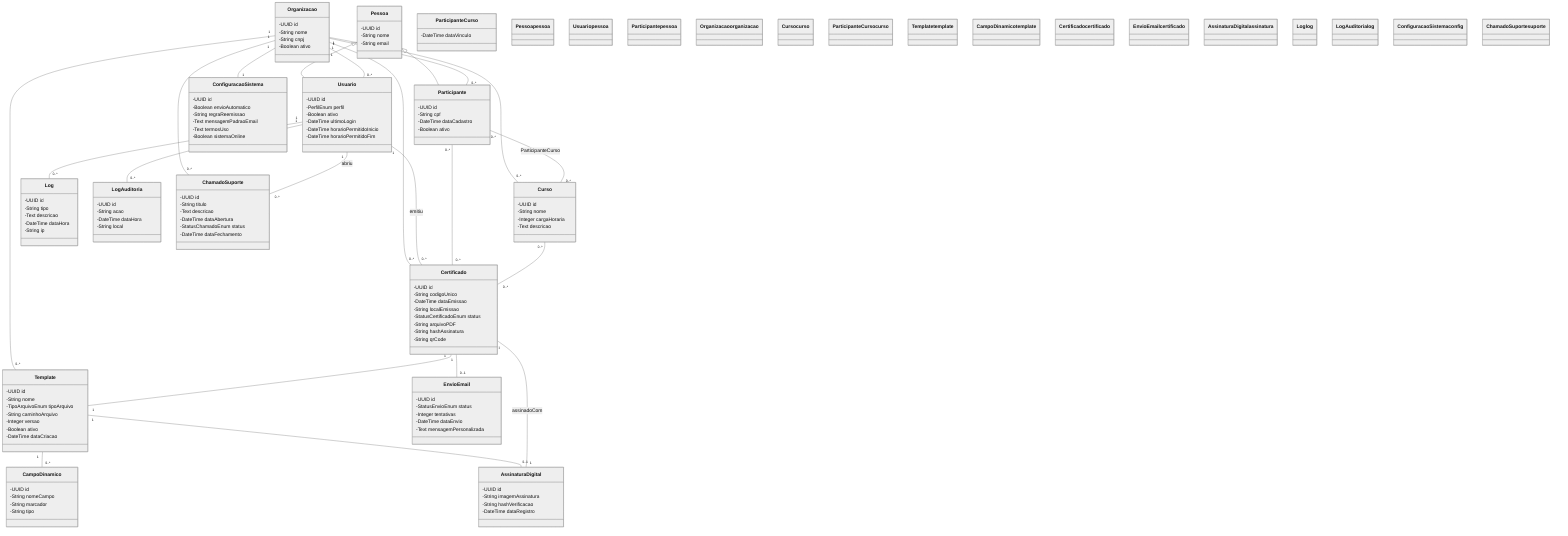
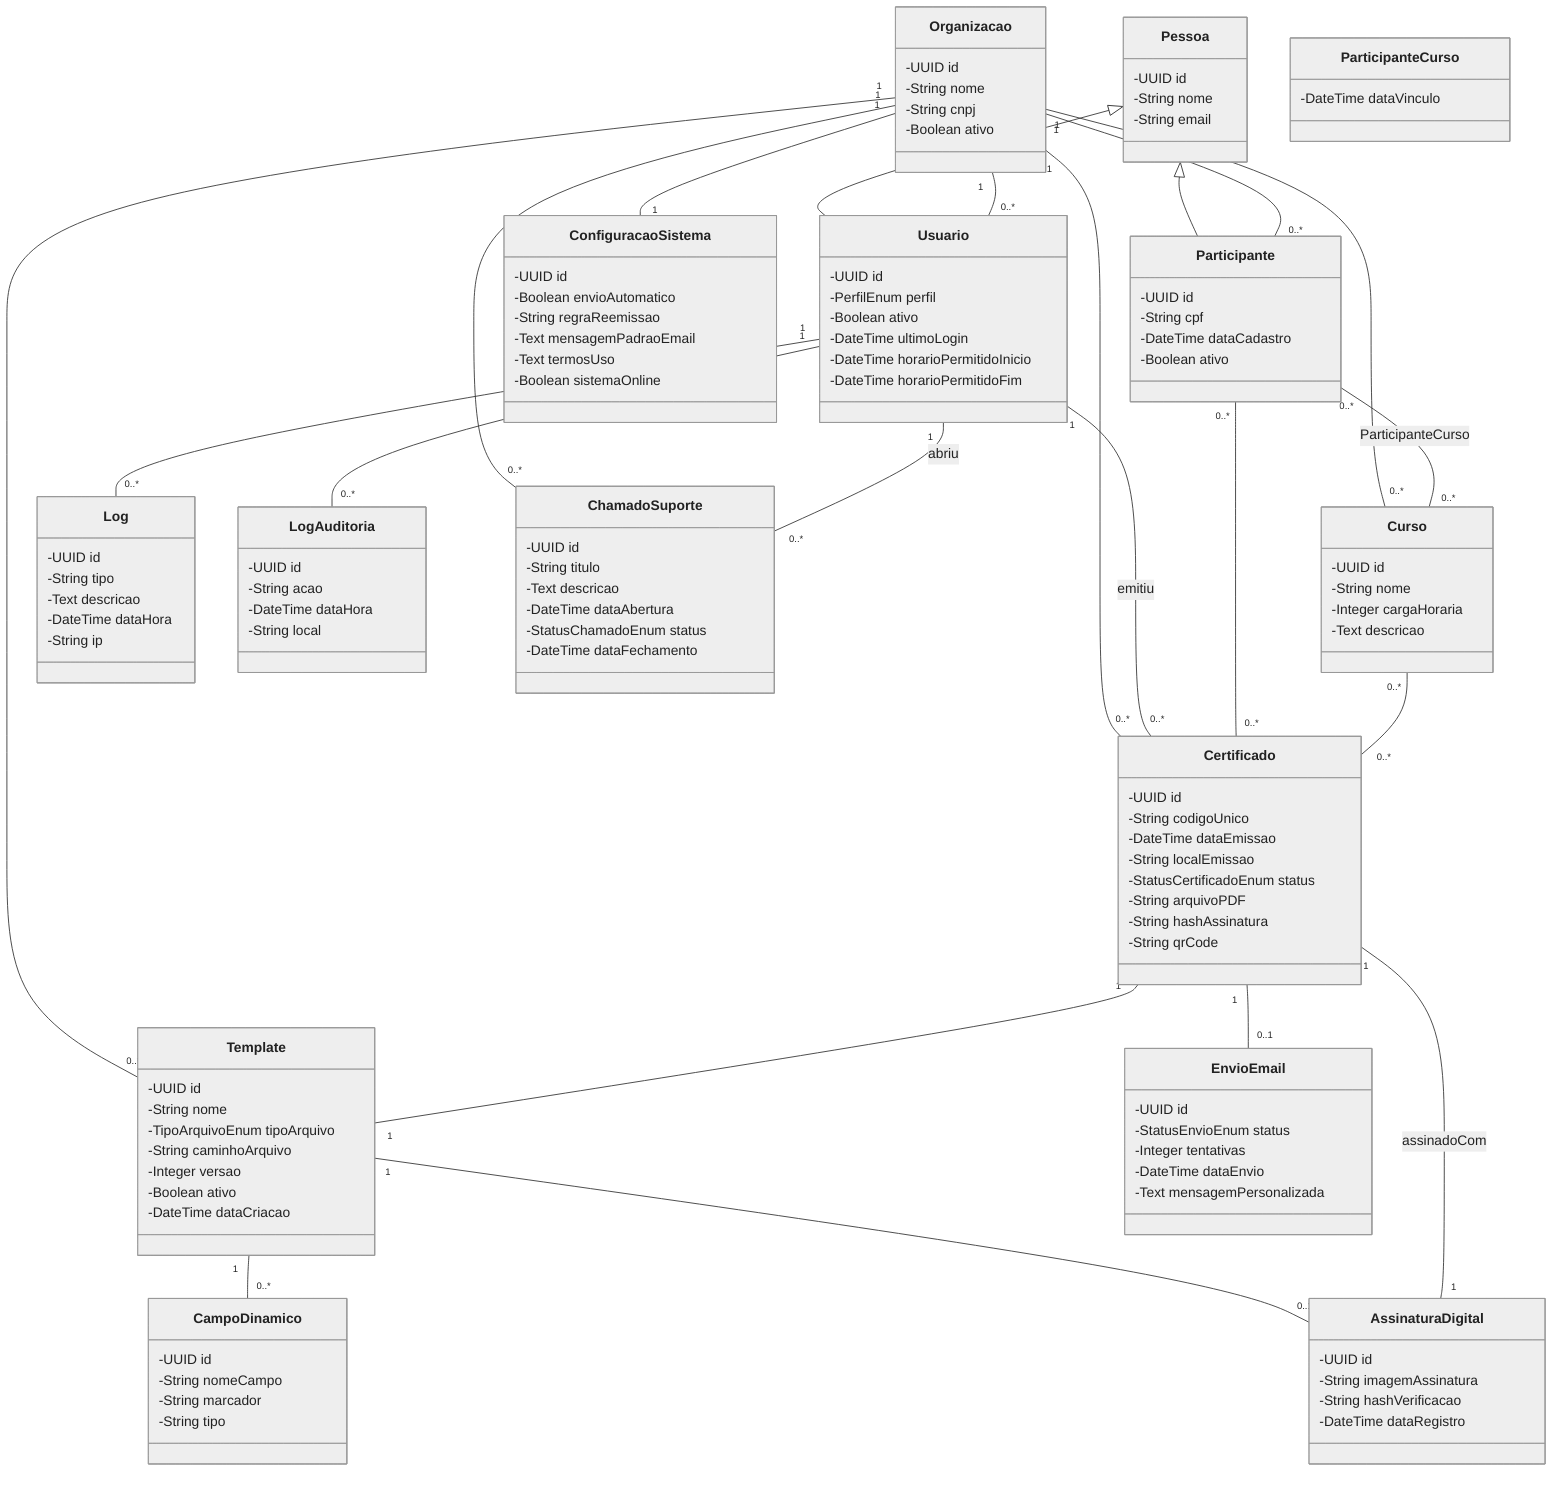
- %%{init: {'theme': 'neutral'}}%%
+ %%{init: {'theme': 'neutral', 'themeVariables': {'lineColor': '#333333', 'primaryTextColor': '#222222', 'primaryColor': '#f4f4f4', 'primaryBorderColor': '#333333', 'secondaryColor': '#ffffff'}}}%%
classDiagram
    class Pessoa {
      -UUID id
      -String nome
      -String email
    }
    class Usuario {
      -UUID id
      -PerfilEnum perfil
      -Boolean ativo
      -DateTime ultimoLogin
      -DateTime horarioPermitidoInicio
      -DateTime horarioPermitidoFim
    }
    class Participante {
      -UUID id
      -String cpf
      -DateTime dataCadastro
      -Boolean ativo
    }
    class Organizacao {
      -UUID id
      -String nome
      -String cnpj
      -Boolean ativo
    }
    class Curso {
      -UUID id
      -String nome
      -Integer cargaHoraria
      -Text descricao
    }
    class ParticipanteCurso {
      -DateTime dataVinculo
    }
    class Template {
      -UUID id
      -String nome
      -TipoArquivoEnum tipoArquivo
      -String caminhoArquivo
      -Integer versao
      -Boolean ativo
      -DateTime dataCriacao
    }
    class CampoDinamico {
      -UUID id
      -String nomeCampo
      -String marcador
      -String tipo
    }
    class AssinaturaDigital {
      -UUID id
      -String imagemAssinatura
      -String hashVerificacao
      -DateTime dataRegistro
    }
    class Certificado {
      -UUID id
      -String codigoUnico
      -DateTime dataEmissao
      -String localEmissao
      -StatusCertificadoEnum status
      -String arquivoPDF
      -String hashAssinatura
      -String qrCode
    }
    class EnvioEmail {
      -UUID id
      -StatusEnvioEnum status
      -Integer tentativas
      -DateTime dataEnvio
      -Text mensagemPersonalizada
    }
    class Log {
      -UUID id
      -String tipo
      -Text descricao
      -DateTime dataHora
      -String ip
    }
    class LogAuditoria {
      -UUID id
      -String acao
      -DateTime dataHora
      -String local
    }
    class ConfiguracaoSistema {
      -UUID id
      -Boolean envioAutomatico
      -String regraReemissao
      -Text mensagemPadraoEmail
      -Text termosUso
      -Boolean sistemaOnline
    }
    class ChamadoSuporte {
      -UUID id
      -String titulo
      -Text descricao
      -DateTime dataAbertura
      -StatusChamadoEnum status
      -DateTime dataFechamento
    }

    Pessoa <|-- Usuario
    Pessoa <|-- Participante

    Organizacao "1" -- "0..*" Usuario
    Organizacao "1" -- "0..*" Participante
    Organizacao "1" -- "0..*" Curso
    Organizacao "1" -- "0..*" Template
    Organizacao "1" -- "0..*" Certificado
    Organizacao "1" -- "1" ConfiguracaoSistema
    Organizacao "1" -- "0..*" ChamadoSuporte

    Participante "0..*" -- "0..*" Curso : ParticipanteCurso
    Template "1" -- "0..*" CampoDinamico
    Template "1" -- "0..1" AssinaturaDigital

    Usuario "1" -- "0..*" Certificado : emitiu
    Usuario "1" -- "0..*" Log
    Usuario "1" -- "0..*" LogAuditoria
    Usuario "1" -- "0..*" ChamadoSuporte : abriu

    Participante "0..*" -- "0..*" Certificado
    Curso "0..*" -- "0..*" Certificado

    Certificado "1" -- "0..1" EnvioEmail
    Certificado "1" -- "1" Template
-     Certificado "1" -- "1" AssinaturaDigital : assinadoCom
- 
-     classDef pessoa fill:#dbeafe,stroke:#3b82f6,stroke-width:1px
-     classDef organizacao fill:#fef3c7,stroke:#d97706,stroke-width:1px
-     classDef curso fill:#d1fae5,stroke:#059669,stroke-width:1px
-     classDef template fill:#ede9fe,stroke:#7c3aed,stroke-width:1px
-     classDef certificado fill:#fee2e2,stroke:#dc2626,stroke-width:1px
-     classDef assinatura fill:#fce7f3,stroke:#db2777,stroke-width:1px
-     classDef log fill:#f3f4f6,stroke:#4b5563,stroke-width:1px
-     classDef config fill:#ccfbf1,stroke:#0d9488,stroke-width:1px
-     classDef suporte fill:#ffedd5,stroke:#ea580c,stroke-width:1px
- 
-     class Pessoa pessoa
-     class Usuario pessoa
-     class Participante pessoa
-     class Organizacao organizacao
-     class Curso curso
-     class ParticipanteCurso curso
-     class Template template
-     class CampoDinamico template
-     class Certificado certificado
-     class EnvioEmail certificado
-     class AssinaturaDigital assinatura
-     class Log log
-     class LogAuditoria log
-     class ConfiguracaoSistema config
-     class ChamadoSuporte suporte+     Certificado "1" -- "1" AssinaturaDigital : assinadoCom